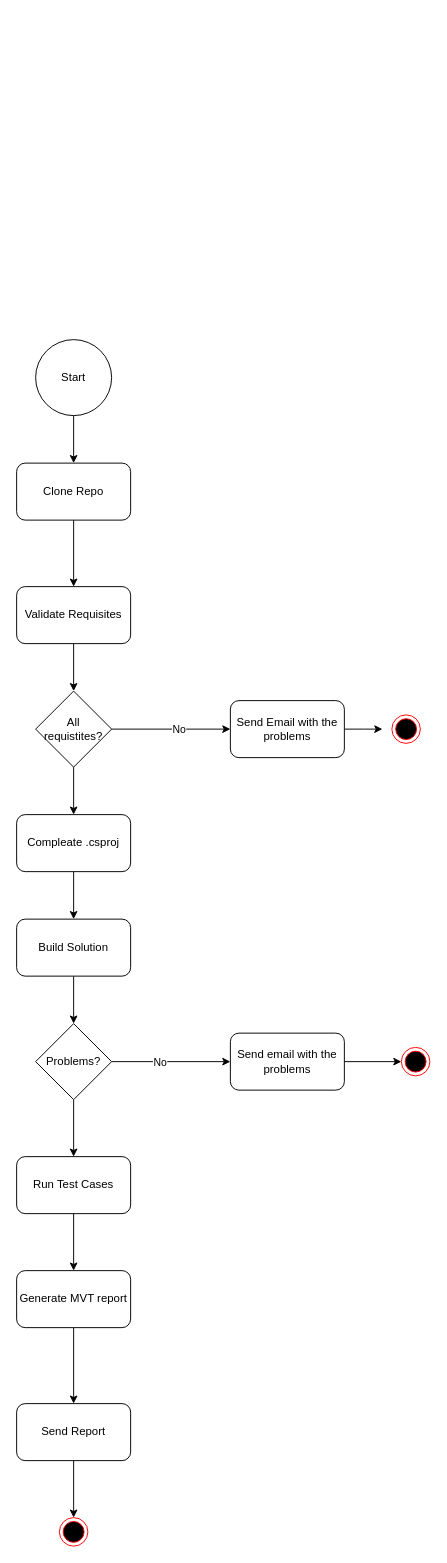
Earlier version of the draw.io diagram page "Diagram" (2 of 2) of Plan.drawio (Daniel-V-aspen/ufttask). Source tidied: cells renumbered, new cells numbered last; positions are measured from the earlier drawing's top-left corner, leaving out a move shared by most shapes. Both pictures are drawn from the tidied source at 95%, with x=0, y=0 at pixel (16, 339).
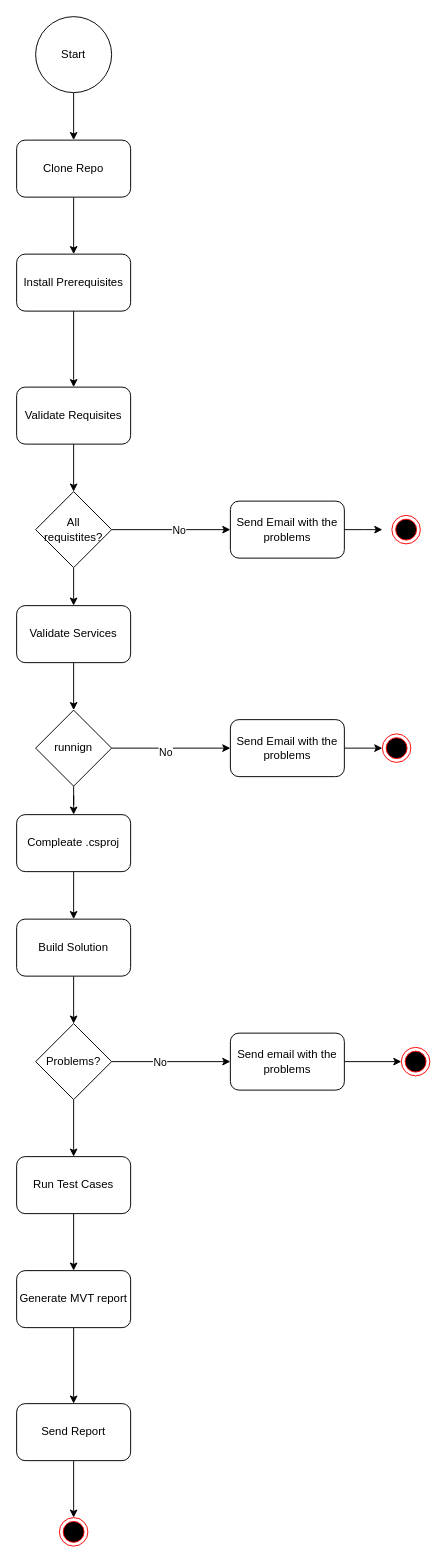
Above is the later version.

The change refers to these unchanged cells:
```xml
<mxCell id="15" value="Compleate .csproj" style="rounded=1;whiteSpace=wrap;html=1;" parent="1" vertex="1">
  <mxGeometry y="500" width="120" height="60" as="geometry" />
</mxCell>
```

Change to the diagram source:
```diff
@@
     <mxCell id="3" value="Start" style="ellipse;whiteSpace=wrap;html=1;" parent="1" vertex="1">
-      <mxGeometry x="20" width="80" height="80" as="geometry" />
+      <mxGeometry x="20" y="-340" width="80" height="80" as="geometry" />
     </mxCell>
-    <mxCell id="4" style="edgeStyle=orthogonalEdgeStyle;rounded=0;jettySize=auto;html=1;" parent="1" edge="1" source="5" target="7">
-      <mxGeometry relative="1" as="geometry" />
-    </mxCell>
+    <mxCell id="33" style="edgeStyle=orthogonalEdgeStyle;rounded=0;jettySize=auto;html=1;" parent="1" edge="1" source="5" target="36">
+      <mxGeometry relative="1" as="geometry" />
+    </mxCell>
     <mxCell id="5" value="Clone Repo" style="rounded=1;whiteSpace=wrap;html=1;" parent="1" vertex="1">
-      <mxGeometry y="130" width="120" height="60" as="geometry" />
+      <mxGeometry y="-210" width="120" height="60" as="geometry" />
     </mxCell>
@@
     <mxCell id="7" value="Validate Requisites" style="rounded=1;whiteSpace=wrap;html=1;" parent="1" vertex="1">
-      <mxGeometry y="260" width="120" height="60" as="geometry" />
+      <mxGeometry y="50" width="120" height="60" as="geometry" />
     </mxCell>
@@
-    <mxCell id="10" style="edgeStyle=orthogonalEdgeStyle;rounded=0;jettySize=auto;html=1;" parent="1" edge="1" source="11" target="15">
-      <mxGeometry relative="1" as="geometry" />
-    </mxCell>
+    <mxCell id="34" style="edgeStyle=orthogonalEdgeStyle;rounded=0;jettySize=auto;html=1;" parent="1" edge="1" source="11" target="38">
+      <mxGeometry relative="1" as="geometry" />
+    </mxCell>
     <mxCell id="11" value="All requistites?" style="rhombus;whiteSpace=wrap;html=1;" parent="1" vertex="1">
-      <mxGeometry x="20" y="370" width="80" height="80" as="geometry" />
+      <mxGeometry x="20" y="160" width="80" height="80" as="geometry" />
     </mxCell>
     <mxCell id="12" style="edgeStyle=orthogonalEdgeStyle;rounded=0;jettySize=auto;html=1;" parent="1" edge="1" source="13">
       <mxGeometry relative="1" as="geometry">
-        <mxPoint x="385" y="410" as="targetPoint" />
+        <mxPoint x="385" y="200" as="targetPoint" />
       </mxGeometry>
     </mxCell>
     <mxCell id="13" value="Send Email with the problems" style="rounded=1;whiteSpace=wrap;html=1;" parent="1" vertex="1">
-      <mxGeometry x="225" y="380" width="120" height="60" as="geometry" />
+      <mxGeometry x="225" y="170" width="120" height="60" as="geometry" />
     </mxCell>
@@
     <mxCell id="32" style="ellipse;html=1;shape=endState;fillColor=#000000;strokeColor=#ff0000;" parent="1" vertex="1">
-      <mxGeometry x="395" y="395" width="30" height="30" as="geometry" />
+      <mxGeometry x="395" y="185" width="30" height="30" as="geometry" />
     </mxCell>
+    <mxCell id="35" style="edgeStyle=orthogonalEdgeStyle;rounded=0;jettySize=auto;html=1;" parent="1" edge="1" source="36" target="7">
+      <mxGeometry relative="1" as="geometry" />
+    </mxCell>
+    <mxCell id="36" value="Install Prerequisites" style="rounded=1;whiteSpace=wrap;html=1;" parent="1" vertex="1">
+      <mxGeometry y="-90" width="120" height="60" as="geometry" />
+    </mxCell>
+    <mxCell id="37" style="edgeStyle=orthogonalEdgeStyle;rounded=0;jettySize=auto;html=1;" parent="1" edge="1" source="38" target="42">
+      <mxGeometry relative="1" as="geometry" />
+    </mxCell>
+    <mxCell id="38" value="Validate Services" style="rounded=1;whiteSpace=wrap;html=1;" parent="1" vertex="1">
+      <mxGeometry y="280" width="120" height="60" as="geometry" />
+    </mxCell>
+    <mxCell id="39" style="edgeStyle=orthogonalEdgeStyle;rounded=0;jettySize=auto;html=1;" parent="1" edge="1" source="42" target="44">
+      <mxGeometry relative="1" as="geometry" />
+    </mxCell>
+    <mxCell id="40" value="No" style="edgeLabel;html=1;align=center;verticalAlign=middle;" parent="39" vertex="1">
+      <mxGeometry x="-0.1" y="-4" relative="1" as="geometry" />
+    </mxCell>
+    <mxCell id="41" style="edgeStyle=orthogonalEdgeStyle;rounded=0;jettySize=auto;html=1;" parent="1" edge="1" source="42" target="15">
+      <mxGeometry relative="1" as="geometry" />
+    </mxCell>
+    <mxCell id="42" value="runnign" style="rhombus;whiteSpace=wrap;html=1;" parent="1" vertex="1">
+      <mxGeometry x="20" y="390" width="80" height="80" as="geometry" />
+    </mxCell>
+    <mxCell id="43" style="edgeStyle=orthogonalEdgeStyle;rounded=0;jettySize=auto;html=1;" parent="1" edge="1" source="44" target="45">
+      <mxGeometry relative="1" as="geometry" />
+    </mxCell>
+    <mxCell id="44" value="Send Email with the problems" style="rounded=1;whiteSpace=wrap;html=1;" parent="1" vertex="1">
+      <mxGeometry x="225" y="400" width="120" height="60" as="geometry" />
+    </mxCell>
+    <mxCell id="45" style="ellipse;html=1;shape=endState;fillColor=#000000;strokeColor=#ff0000;" parent="1" vertex="1">
+      <mxGeometry x="385" y="415" width="30" height="30" as="geometry" />
+    </mxCell>
```
